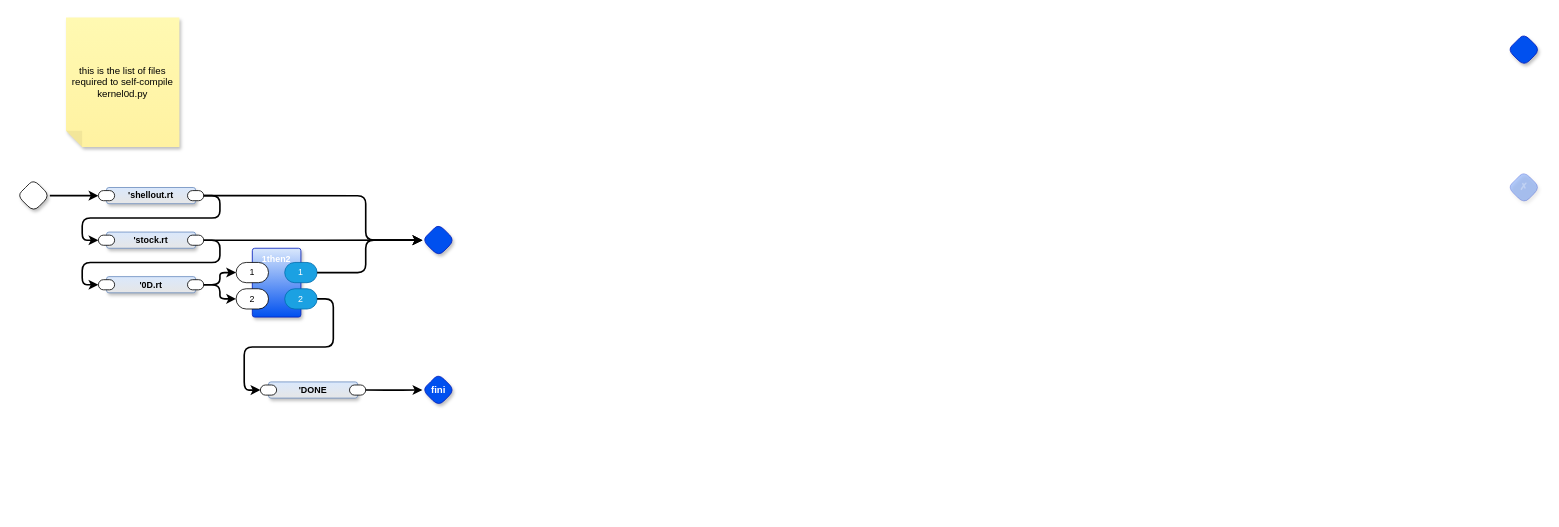
This is page "List Filenames" (2 of 36) of rt2all.drawio from guitarvydas/rt, a draw.io file, before an edit. Source tidied: cells renumbered, new cells numbered last; positions are measured from the earlier drawing's top-left corner, leaving out a move shared by most shapes. Both pictures are drawn from the tidied source at 81%, with x=0, y=0 at pixel (17, 17).
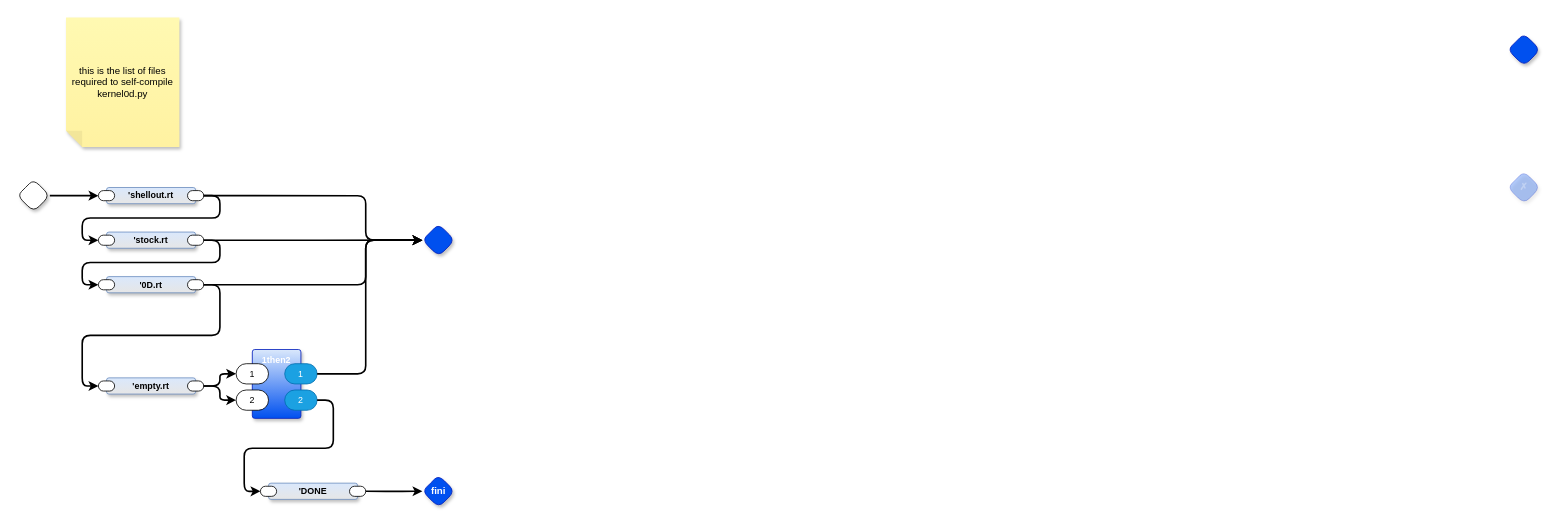
The same page after the edit.

Unchanged cells that the change refers to:
```xml
<mxCell id="8" style="rounded=1;whiteSpace=wrap;html=1;sketch=0;points=[[0,0.5,0,0,0],[1,0.5,0,0,0]];arcSize=50;fontFamily=Helvetica;fontSize=11;fontColor=default;" parent="6" vertex="1">
  <mxGeometry x="-10" y="3.8" width="20" height="12.5" as="geometry" />
</mxCell>
<mxCell id="12" style="rhombus;whiteSpace=wrap;html=1;rounded=1;fontStyle=1;glass=0;sketch=0;fontSize=12;points=[[0,0.5,0,0,0],[0.5,0,0,0,0],[0.5,1,0,0,0],[1,0.5,0,0,0]];shadow=1;fillColor=#0050ef;fontColor=#ffffff;strokeColor=#001DBC;fontFamily=Helvetica;labelBackgroundColor=none;" parent="1" vertex="1">
  <mxGeometry x="500" y="255" width="40" height="40" as="geometry" />
</mxCell>
<mxCell id="18" value="1" style="rounded=1;whiteSpace=wrap;html=1;sketch=0;points=[[0,0.5,0,0,0],[1,0.5,0,0,0]];fillColor=#1ba1e2;fontColor=#ffffff;strokeColor=#006EAF;arcSize=50;fontFamily=Helvetica;fontSize=11;labelBackgroundColor=none;" parent="15" vertex="1">
  <mxGeometry x="40" y="17.5" width="40" height="25" as="geometry" />
</mxCell>
<mxCell id="25" style="rounded=1;whiteSpace=wrap;html=1;sketch=0;points=[[0,0.5,0,0,0],[1,0.5,0,0,0]];arcSize=50;fontFamily=Helvetica;fontSize=11;fontColor=default;" parent="24" vertex="1">
  <mxGeometry x="100" y="3.8" width="20" height="12.5" as="geometry" />
</mxCell>
```

What changed in the source:
```diff
@@
-    <mxCell id="6" value="'0D.rt" style="rounded=1;whiteSpace=wrap;html=1;verticalAlign=middle;arcSize=6;fontStyle=1;absoluteArcSize=1;shadow=1;strokeColor=#6c8ebf;fillColor=#dae8fc;fontFamily=Helvetica;fontSize=11;gradientColor=#E6E6E6;fontColor=default;" parent="1" vertex="1">
-      <mxGeometry x="110" y="320" width="110" height="20" as="geometry" />
+    <mxCell id="6" value="'empty.rt" style="rounded=1;whiteSpace=wrap;html=1;verticalAlign=middle;arcSize=6;fontStyle=1;absoluteArcSize=1;shadow=1;strokeColor=#6c8ebf;fillColor=#dae8fc;fontFamily=Helvetica;fontSize=11;gradientColor=#E6E6E6;fontColor=default;" parent="1" vertex="1">
+      <mxGeometry x="110" y="445" width="110" height="20" as="geometry" />
     </mxCell>
@@
     <mxCell id="9" value="'DONE" style="rounded=1;whiteSpace=wrap;html=1;verticalAlign=middle;arcSize=6;fontStyle=1;absoluteArcSize=1;shadow=1;strokeColor=#6c8ebf;fillColor=#dae8fc;fontFamily=Helvetica;fontSize=11;gradientColor=#E6E6E6;fontColor=default;" parent="1" vertex="1">
-      <mxGeometry x="310" y="450" width="110" height="20" as="geometry" />
+      <mxGeometry x="310" y="575" width="110" height="20" as="geometry" />
     </mxCell>
@@
     <mxCell id="13" value="fini" style="rhombus;whiteSpace=wrap;html=1;rounded=1;fontStyle=1;glass=0;sketch=0;fontSize=12;points=[[0,0.5,0,0,0],[0.5,0,0,0,0],[0.5,1,0,0,0],[1,0.5,0,0,0]];shadow=1;fillColor=#0050ef;fontColor=#ffffff;strokeColor=#001DBC;fontFamily=Helvetica;labelBackgroundColor=none;" parent="1" vertex="1">
-      <mxGeometry x="500" y="440" width="40" height="40" as="geometry" />
+      <mxGeometry x="500" y="565" width="40" height="40" as="geometry" />
     </mxCell>
@@
     <mxCell id="15" value="1then2" style="rounded=1;whiteSpace=wrap;html=1;sketch=0;verticalAlign=top;arcSize=6;fontStyle=1;absoluteArcSize=1;shadow=1;strokeColor=#001DBC;fillColor=#DAE8FC;fontColor=#ffffff;gradientColor=#0050EF;fontFamily=Helvetica;fontSize=11;labelBackgroundColor=none;" parent="1" vertex="1">
-      <mxGeometry x="290" y="285" width="60" height="85" as="geometry" />
+      <mxGeometry x="290" y="410" width="60" height="85" as="geometry" />
     </mxCell>
@@
     <mxCell id="21" style="edgeStyle=orthogonalEdgeStyle;shape=connector;curved=0;rounded=1;jettySize=auto;html=1;exitX=1;exitY=0.5;exitDx=0;exitDy=0;exitPerimeter=0;strokeColor=default;strokeWidth=2;align=center;verticalAlign=middle;fontFamily=Helvetica;fontSize=11;fontColor=default;labelBackgroundColor=default;endArrow=classic;entryX=0;entryY=0.5;entryDx=0;entryDy=0;entryPerimeter=0;" parent="1" edge="1" source="18" target="12">
       <mxGeometry relative="1" as="geometry">
         <Array as="points">
-          <mxPoint x="430" y="315" />
+          <mxPoint x="430" y="440" />
           <mxPoint x="430" y="275" />
         </Array>
       </mxGeometry>
     </mxCell>
@@
-    <mxCell id="27" style="edgeStyle=orthogonalEdgeStyle;rounded=1;jettySize=auto;html=1;exitX=1;exitY=0.5;exitDx=0;exitDy=0;exitPerimeter=0;entryX=0;entryY=0.5;entryDx=0;entryDy=0;entryPerimeter=0;strokeWidth=2;curved=0;" parent="1" edge="1" source="25" target="8">
-      <mxGeometry relative="1" as="geometry" />
-    </mxCell>
-    <mxCell id="28" style="edgeStyle=orthogonalEdgeStyle;shape=connector;curved=0;rounded=1;jettySize=auto;html=1;exitX=1;exitY=0.5;exitDx=0;exitDy=0;exitPerimeter=0;entryX=0;entryY=0.5;entryDx=0;entryDy=0;entryPerimeter=0;strokeColor=default;strokeWidth=2;align=center;verticalAlign=middle;fontFamily=Helvetica;fontSize=11;fontColor=default;labelBackgroundColor=default;endArrow=classic;" parent="1" edge="1" source="25" target="12">
-      <mxGeometry relative="1" as="geometry" />
-    </mxCell>
@@
+    <mxCell id="35" style="edgeStyle=orthogonalEdgeStyle;shape=connector;curved=0;rounded=1;jettySize=auto;html=1;exitX=1;exitY=0.5;exitDx=0;exitDy=0;exitPerimeter=0;entryX=0;entryY=0.5;entryDx=0;entryDy=0;entryPerimeter=0;strokeColor=default;strokeWidth=2;align=center;verticalAlign=middle;fontFamily=Helvetica;fontSize=11;fontColor=default;labelBackgroundColor=default;endArrow=classic;" parent="1" edge="1" source="25" target="38">
+      <mxGeometry relative="1" as="geometry" />
+    </mxCell>
+    <mxCell id="36" value="'0D.rt" style="rounded=1;whiteSpace=wrap;html=1;verticalAlign=middle;arcSize=6;fontStyle=1;absoluteArcSize=1;shadow=1;strokeColor=#6c8ebf;fillColor=#dae8fc;fontFamily=Helvetica;fontSize=11;gradientColor=#E6E6E6;fontColor=default;" parent="1" vertex="1">
+      <mxGeometry x="110" y="320" width="110" height="20" as="geometry" />
+    </mxCell>
+    <mxCell id="37" style="rounded=1;whiteSpace=wrap;html=1;sketch=0;points=[[0,0.5,0,0,0],[1,0.5,0,0,0]];arcSize=50;fontFamily=Helvetica;fontSize=11;fontColor=default;" parent="36" vertex="1">
+      <mxGeometry x="100" y="3.8" width="20" height="12.5" as="geometry" />
+    </mxCell>
+    <mxCell id="38" style="rounded=1;whiteSpace=wrap;html=1;sketch=0;points=[[0,0.5,0,0,0],[1,0.5,0,0,0]];arcSize=50;fontFamily=Helvetica;fontSize=11;fontColor=default;" parent="36" vertex="1">
+      <mxGeometry x="-10" y="3.8" width="20" height="12.5" as="geometry" />
+    </mxCell>
+    <mxCell id="39" style="edgeStyle=orthogonalEdgeStyle;shape=connector;curved=0;rounded=1;jettySize=auto;html=1;exitX=1;exitY=0.5;exitDx=0;exitDy=0;exitPerimeter=0;entryX=0;entryY=0.5;entryDx=0;entryDy=0;entryPerimeter=0;strokeColor=default;strokeWidth=2;align=center;verticalAlign=middle;fontFamily=Helvetica;fontSize=11;fontColor=default;labelBackgroundColor=default;endArrow=classic;" parent="1" edge="1" source="37" target="8">
+      <mxGeometry relative="1" as="geometry" />
+    </mxCell>
+    <mxCell id="28" style="edgeStyle=orthogonalEdgeStyle;shape=connector;curved=0;rounded=1;jettySize=auto;html=1;exitX=1;exitY=0.5;exitDx=0;exitDy=0;exitPerimeter=0;entryX=0;entryY=0.5;entryDx=0;entryDy=0;entryPerimeter=0;strokeColor=default;strokeWidth=2;align=center;verticalAlign=middle;fontFamily=Helvetica;fontSize=11;fontColor=default;labelBackgroundColor=default;endArrow=classic;" parent="1" edge="1" source="25" target="12">
+      <mxGeometry relative="1" as="geometry" />
+    </mxCell>
+    <mxCell id="40" style="edgeStyle=orthogonalEdgeStyle;shape=connector;curved=0;rounded=1;jettySize=auto;html=1;exitX=1;exitY=0.5;exitDx=0;exitDy=0;exitPerimeter=0;entryX=0;entryY=0.5;entryDx=0;entryDy=0;entryPerimeter=0;strokeColor=default;strokeWidth=2;align=center;verticalAlign=middle;fontFamily=Helvetica;fontSize=11;fontColor=default;labelBackgroundColor=default;endArrow=classic;" parent="1" edge="1" source="37" target="12">
+      <mxGeometry relative="1" as="geometry">
+        <Array as="points">
+          <mxPoint x="430" y="330" />
+          <mxPoint x="430" y="275" />
+        </Array>
+      </mxGeometry>
+    </mxCell>
```
